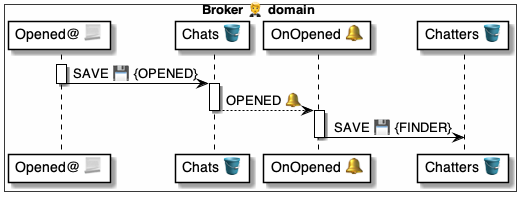
Before: 4 ⚙️ Solution/20 🧑‍🦰 UI/Brokers 🤵/🤵🪣 Broker tables/Chats 💬 table/🪣🔔 on Opened/🤵 OnChatOpened ⚙️ uml.png, a diagram exported from PlantUML (pollyweb-org/pollyweb-docs). Its source is kept beside it as 4 ⚙️ Solution/20 🧑‍🦰 UI/Brokers 🤵/🤵🪣 Broker tables/Chats 💬 table/🪣🔔 on Opened/🤵 OnChatOpened ⚙️ uml.puml. The source it was exported from:
```plantuml
@startuml OnChatOpened


box Broker 🤵 domain #FFFFFA
    participant "Opened@ 📃" as script
    participant "Chats 🪣" as chats
    participant "OnOpened 🔔" as handler
    participant "Chatters 🪣" as chatters
end box


activate script
    script -> chats: SAVE 💾 {OPENED}
deactivate script

activate chats
    chats --> handler: OPENED 🔔
deactivate chats

activate handler
    handler -> chatters: SAVE 💾 {FINDER}
deactivate handler

@enduml
```
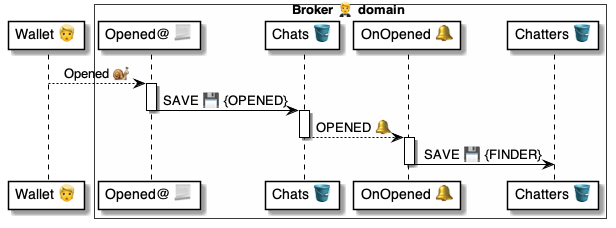
After the commit.

Change to the diagram source:
```diff
@@ -1,5 +1,6 @@
 @startuml OnChatOpened
 
+participant "Wallet 👱" as wallet
 
 box Broker 🤵 domain #FFFFFA
     participant "Opened@ 📃" as script
@@ -8,6 +9,7 @@
     participant "Chatters 🪣" as chatters
 end box
 
+wallet --> script: Opened 🐌
 
 activate script
     script -> chats: SAVE 💾 {OPENED}
```
